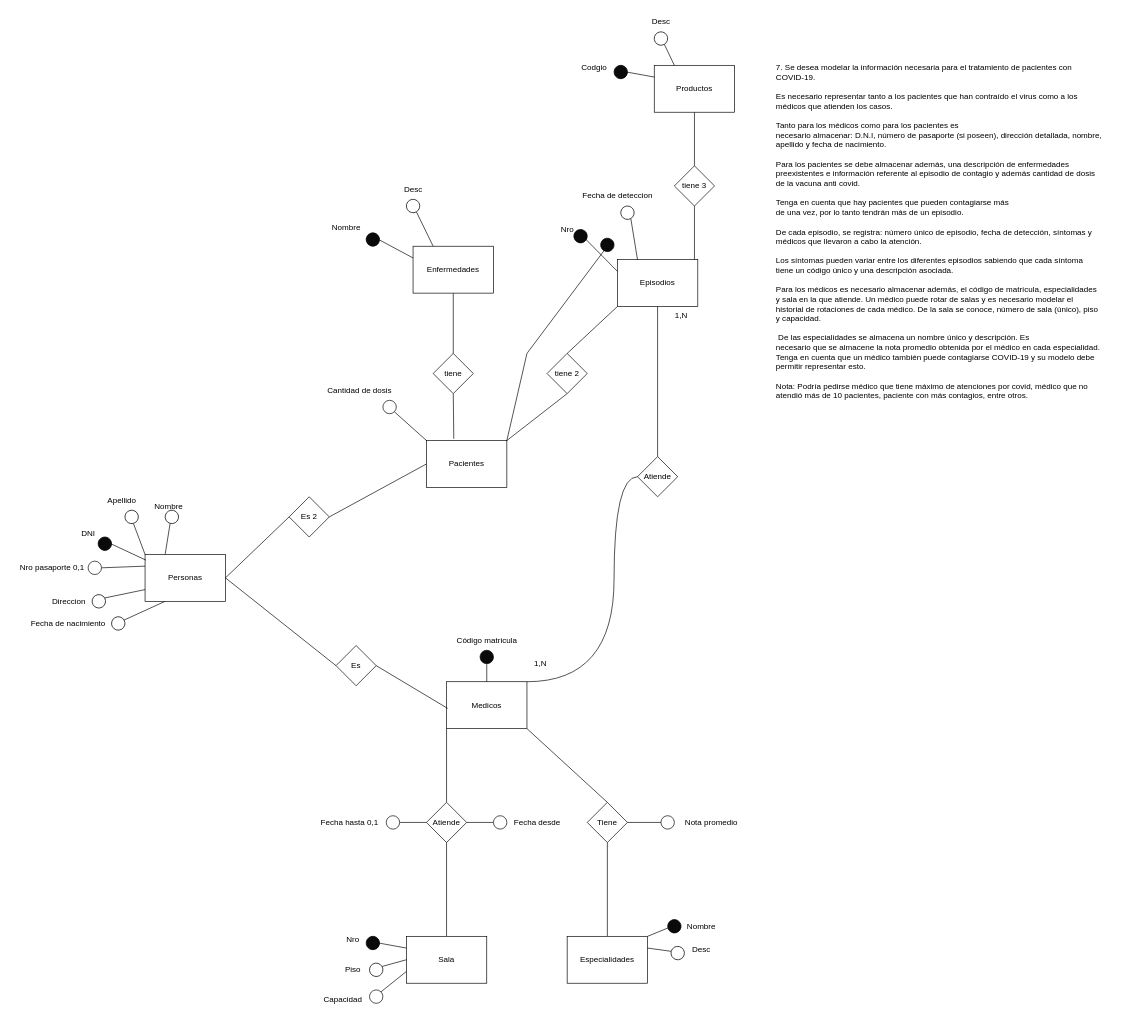
This is Practica 2/Punto7/Punto7-logico.drawio from FrancoCirielli16/DBD, a draw.io file, before an edit. Source tidied: cells renumbered, new cells numbered last; positions are measured from the earlier drawing's top-left corner, leaving out a move shared by most shapes. Both pictures are drawn from the tidied source at 67%, with x=0, y=0 at pixel (11, 11).
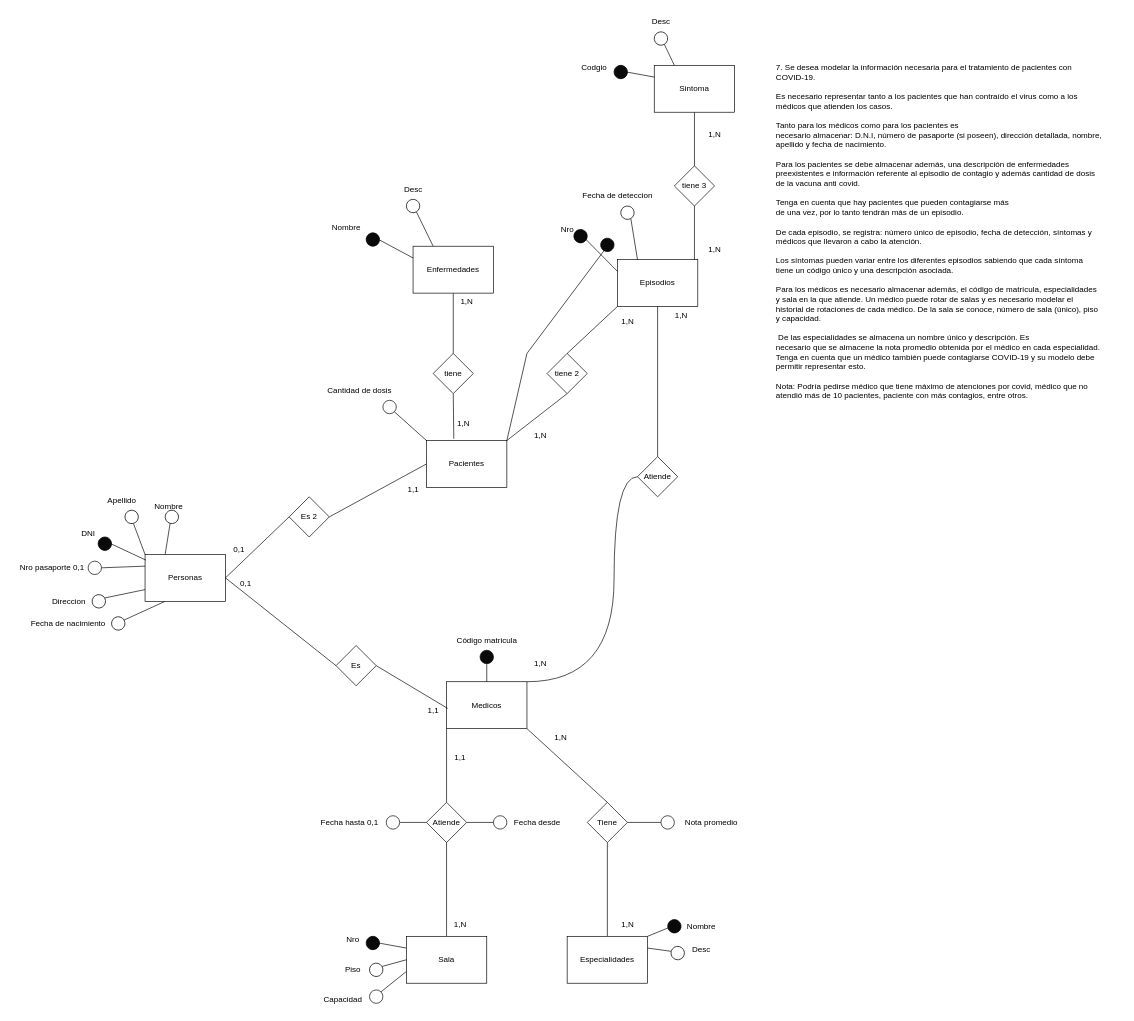
The same page after the edit.

What changed in the source:
```diff
@@
-    <mxCell id="53" value="Productos" style="rounded=0;whiteSpace=wrap;html=1;" parent="1" vertex="1">
+    <mxCell id="53" value="Sintoma" style="rounded=0;whiteSpace=wrap;html=1;" parent="1" vertex="1">
       <mxGeometry x="959" y="80" width="120" height="70" as="geometry" />
     </mxCell>
@@
+    <mxCell id="105" value="0,1" style="text;html=1;align=center;verticalAlign=middle;strokeColor=none;fillColor=none;" parent="1" vertex="1">
+      <mxGeometry x="329" y="838" width="40" height="30" as="geometry" />
+    </mxCell>
+    <mxCell id="106" value="1,1" style="text;html=1;align=center;verticalAlign=middle;strokeColor=none;fillColor=none;" parent="1" vertex="1">
+      <mxGeometry x="609" y="1028" width="40" height="30" as="geometry" />
+    </mxCell>
+    <mxCell id="107" value="1,1" style="text;html=1;align=center;verticalAlign=middle;strokeColor=none;fillColor=none;" parent="1" vertex="1">
+      <mxGeometry x="579" y="698" width="40" height="30" as="geometry" />
+    </mxCell>
+    <mxCell id="108" value="0,1" style="text;html=1;align=center;verticalAlign=middle;strokeColor=none;fillColor=none;" parent="1" vertex="1">
+      <mxGeometry x="319" y="788" width="40" height="30" as="geometry" />
+    </mxCell>
+    <mxCell id="109" value="1,N" style="text;html=1;align=center;verticalAlign=middle;strokeColor=none;fillColor=none;" parent="1" vertex="1">
+      <mxGeometry x="654" y="600" width="40" height="30" as="geometry" />
+    </mxCell>
+    <mxCell id="110" value="1,N" style="text;html=1;align=center;verticalAlign=middle;strokeColor=none;fillColor=none;" parent="1" vertex="1">
+      <mxGeometry x="659" y="418" width="40" height="30" as="geometry" />
+    </mxCell>
+    <mxCell id="111" value="1,N" style="text;html=1;align=center;verticalAlign=middle;strokeColor=none;fillColor=none;" parent="1" vertex="1">
+      <mxGeometry x="769" y="618" width="40" height="30" as="geometry" />
+    </mxCell>
+    <mxCell id="112" value="1,N" style="text;html=1;align=center;verticalAlign=middle;strokeColor=none;fillColor=none;" parent="1" vertex="1">
+      <mxGeometry x="899" y="448" width="40" height="30" as="geometry" />
+    </mxCell>
+    <mxCell id="113" value="1,N" style="text;html=1;align=center;verticalAlign=middle;strokeColor=none;fillColor=none;" parent="1" vertex="1">
+      <mxGeometry x="1029" y="340" width="40" height="30" as="geometry" />
+    </mxCell>
+    <mxCell id="114" value="1,N" style="text;html=1;align=center;verticalAlign=middle;strokeColor=none;fillColor=none;" parent="1" vertex="1">
+      <mxGeometry x="1029" y="168" width="40" height="30" as="geometry" />
+    </mxCell>
+    <mxCell id="115" value="1,1" style="text;html=1;align=center;verticalAlign=middle;strokeColor=none;fillColor=none;" parent="1" vertex="1">
+      <mxGeometry x="649" y="1098" width="40" height="30" as="geometry" />
+    </mxCell>
+    <mxCell id="116" value="1,N" style="text;html=1;align=center;verticalAlign=middle;strokeColor=none;fillColor=none;" parent="1" vertex="1">
+      <mxGeometry x="649" y="1348" width="40" height="30" as="geometry" />
+    </mxCell>
+    <mxCell id="117" value="1,N" style="text;html=1;align=center;verticalAlign=middle;strokeColor=none;fillColor=none;" parent="1" vertex="1">
+      <mxGeometry x="799" y="1068" width="40" height="30" as="geometry" />
+    </mxCell>
+    <mxCell id="118" value="1,N" style="text;html=1;align=center;verticalAlign=middle;strokeColor=none;fillColor=none;" parent="1" vertex="1">
+      <mxGeometry x="899" y="1348" width="40" height="30" as="geometry" />
+    </mxCell>
```
